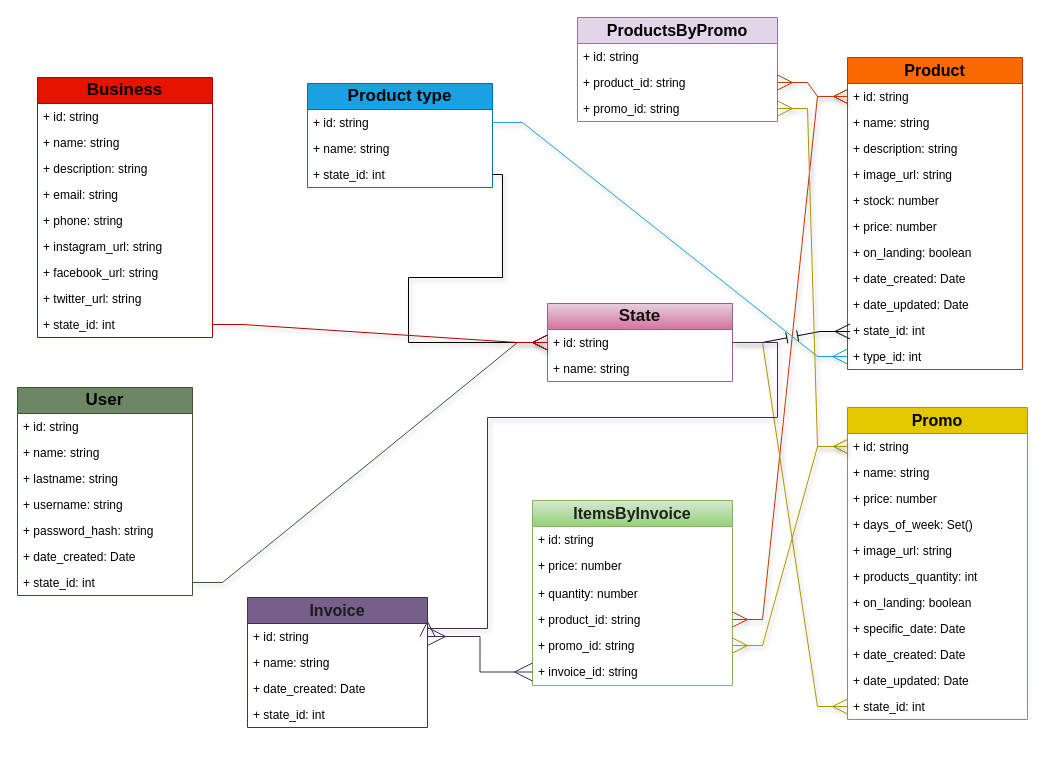
Before: page "data-base" (1 of 9) of rest.drawio in KaguilarA/bar_and_rest_DB, a draw.io diagram. Source tidied: cells renumbered, new cells numbered last; positions are measured from the earlier drawing's top-left corner, leaving out a move shared by most shapes. Both pictures are drawn from the tidied source at 100%, with x=0, y=0 at pixel (17, 17).
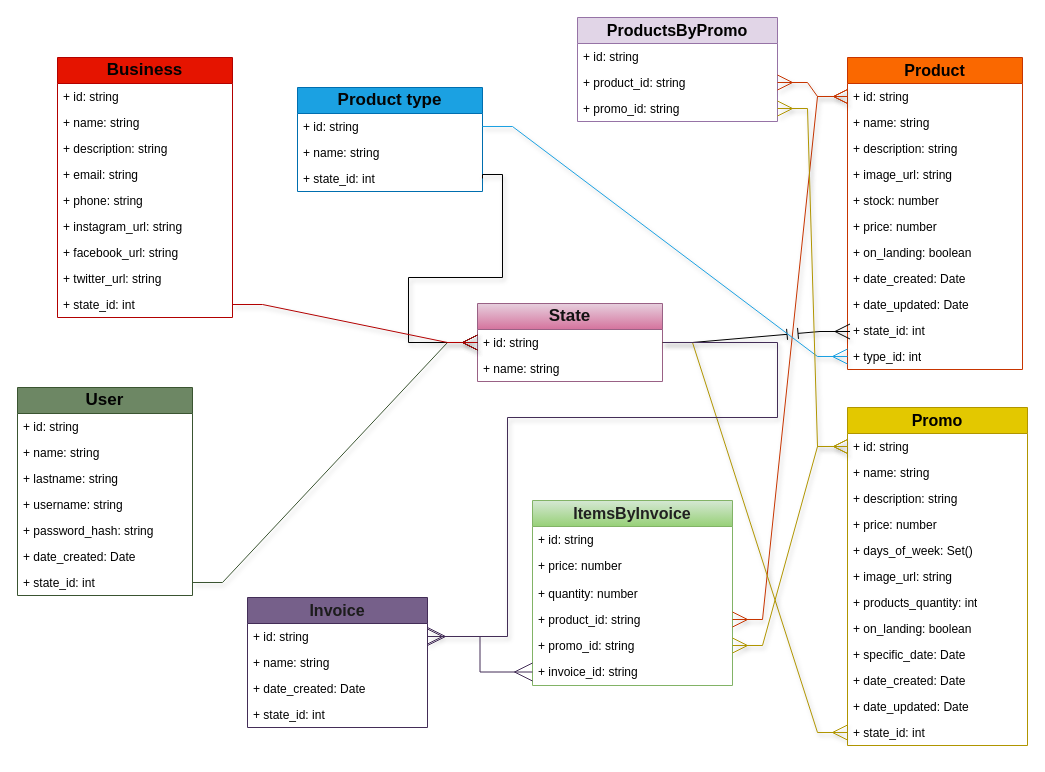
Above is the later version.

Unchanged cells that the change refers to:
```xml
<mxCell id="23" value="+ id: string" style="text;strokeColor=none;fillColor=none;align=left;verticalAlign=top;spacingLeft=4;spacingRight=4;overflow=hidden;points=[[0,0.5],[1,0.5]];portConstraint=eastwest;whiteSpace=wrap;html=1;" parent="22" vertex="1">
  <mxGeometry y="26" width="180" height="26" as="geometry" />
</mxCell>
<mxCell id="36" value="+ id: string" style="text;strokeColor=none;fillColor=none;align=left;verticalAlign=top;spacingLeft=4;spacingRight=4;overflow=hidden;points=[[0,0.5],[1,0.5]];portConstraint=eastwest;whiteSpace=wrap;html=1;" parent="35" vertex="1">
  <mxGeometry y="26" width="185" height="26" as="geometry" />
</mxCell>
```

What changed in the source:
```diff
@@
     <mxCell id="35" value="&lt;span style=&quot;font-weight: 700;&quot;&gt;&lt;font color=&quot;#121212&quot; style=&quot;font-size: 17px;&quot;&gt;State&lt;/font&gt;&lt;/span&gt;" style="swimlane;fontStyle=0;horizontal=1;startSize=26;fillColor=#e6d0de;whiteSpace=wrap;html=1;gradientColor=#d5739d;strokeColor=#996185;" parent="1" vertex="1">
-      <mxGeometry x="530" y="286" width="185" height="78" as="geometry" />
+      <mxGeometry x="460" y="286" width="185" height="78" as="geometry" />
     </mxCell>
@@
     <mxCell id="38" value="&lt;span style=&quot;font-weight: 700;&quot;&gt;&lt;font color=&quot;#050505&quot; style=&quot;font-size: 17px;&quot;&gt;Product type&lt;/font&gt;&lt;/span&gt;" style="swimlane;fontStyle=0;horizontal=1;startSize=26;fillColor=#1ba1e2;whiteSpace=wrap;html=1;strokeColor=#006EAF;fontColor=#ffffff;" parent="1" vertex="1">
-      <mxGeometry x="290" y="66" width="185" height="104" as="geometry" />
+      <mxGeometry x="280" y="70" width="185" height="104" as="geometry" />
     </mxCell>
@@
     <mxCell id="45" value="&lt;font style=&quot;font-size: 16px;&quot;&gt;&lt;b&gt;Promo&lt;/b&gt;&lt;/font&gt;" style="swimlane;fontStyle=0;horizontal=1;startSize=26;fillColor=#e3c800;whiteSpace=wrap;html=1;fontColor=#000000;strokeColor=#B09500;" parent="1" vertex="1">
-      <mxGeometry x="830" y="390" width="180" height="312" as="geometry" />
+      <mxGeometry x="830" y="390" width="180" height="338" as="geometry" />
     </mxCell>
@@
+    <mxCell id="79" value="+ description: string" style="text;strokeColor=none;fillColor=none;align=left;verticalAlign=top;spacingLeft=4;spacingRight=4;overflow=hidden;whiteSpace=wrap;html=1;" parent="45" vertex="1">
+      <mxGeometry y="78" width="180" height="26" as="geometry" />
+    </mxCell>
     <mxCell id="48" value="+ price: number" style="text;strokeColor=none;fillColor=none;align=left;verticalAlign=top;spacingLeft=4;spacingRight=4;overflow=hidden;whiteSpace=wrap;html=1;" parent="45" vertex="1">
-      <mxGeometry y="78" width="180" height="26" as="geometry" />
+      <mxGeometry y="104" width="180" height="26" as="geometry" />
     </mxCell>
     <mxCell id="49" value="+ days_of_week: Set()" style="text;strokeColor=none;fillColor=none;align=left;verticalAlign=top;spacingLeft=4;spacingRight=4;overflow=hidden;whiteSpace=wrap;html=1;" parent="45" vertex="1">
-      <mxGeometry y="104" width="180" height="26" as="geometry" />
+      <mxGeometry y="130" width="180" height="26" as="geometry" />
     </mxCell>
     <mxCell id="50" value="+ image_url: string" style="text;strokeColor=none;fillColor=none;align=left;verticalAlign=top;spacingLeft=4;spacingRight=4;overflow=hidden;whiteSpace=wrap;html=1;" parent="45" vertex="1">
-      <mxGeometry y="130" width="180" height="26" as="geometry" />
+      <mxGeometry y="156" width="180" height="26" as="geometry" />
     </mxCell>
     <mxCell id="51" value="+ products_quantity: int" style="text;strokeColor=none;fillColor=none;align=left;verticalAlign=top;spacingLeft=4;spacingRight=4;overflow=hidden;whiteSpace=wrap;html=1;" parent="45" vertex="1">
-      <mxGeometry y="156" width="180" height="26" as="geometry" />
+      <mxGeometry y="182" width="180" height="26" as="geometry" />
     </mxCell>
     <mxCell id="52" value="+ on_landing: boolean" style="text;strokeColor=none;fillColor=none;align=left;verticalAlign=top;spacingLeft=4;spacingRight=4;overflow=hidden;whiteSpace=wrap;html=1;" parent="45" vertex="1">
-      <mxGeometry y="182" width="180" height="26" as="geometry" />
+      <mxGeometry y="208" width="180" height="26" as="geometry" />
     </mxCell>
     <mxCell id="53" value="+ specific_date: Date" style="text;strokeColor=none;fillColor=none;align=left;verticalAlign=top;spacingLeft=4;spacingRight=4;overflow=hidden;whiteSpace=wrap;html=1;" parent="45" vertex="1">
-      <mxGeometry y="208" width="180" height="26" as="geometry" />
+      <mxGeometry y="234" width="180" height="26" as="geometry" />
     </mxCell>
     <mxCell id="54" value="+ date_created: Date" style="text;strokeColor=none;fillColor=none;align=left;verticalAlign=top;spacingLeft=4;spacingRight=4;overflow=hidden;whiteSpace=wrap;html=1;" parent="45" vertex="1">
-      <mxGeometry y="234" width="180" height="26" as="geometry" />
+      <mxGeometry y="260" width="180" height="26" as="geometry" />
     </mxCell>
     <mxCell id="55" value="+ date_updated: Date" style="text;strokeColor=none;fillColor=none;align=left;verticalAlign=top;spacingLeft=4;spacingRight=4;overflow=hidden;whiteSpace=wrap;html=1;" parent="45" vertex="1">
-      <mxGeometry y="260" width="180" height="26" as="geometry" />
+      <mxGeometry y="286" width="180" height="26" as="geometry" />
     </mxCell>
     <mxCell id="56" value="+ state_id: int" style="text;strokeColor=none;fillColor=none;align=left;verticalAlign=top;spacingLeft=4;spacingRight=4;overflow=hidden;points=[[0,0.5],[1,0.5]];portConstraint=eastwest;whiteSpace=wrap;html=1;" parent="45" vertex="1">
-      <mxGeometry y="286" width="180" height="26" as="geometry" />
+      <mxGeometry y="312" width="180" height="26" as="geometry" />
     </mxCell>
@@
-    <mxCell id="65" style="fontSize=20;html=1;endArrow=ERmany;startArrow=none;rounded=0;strokeWidth=1;targetPerimeterSpacing=65;sourcePerimeterSpacing=105;strokeColor=#432D57;shadow=1;endSize=13;startSize=12;startFill=0;fillColor=#76608a;entryX=1;entryY=0.5;entryDx=0;entryDy=0;exitX=1;exitY=0.5;exitDx=0;exitDy=0;edgeStyle=orthogonalEdgeStyle;" parent="1" edge="1" source="36" target="23">
+    <mxCell id="65" style="fontSize=20;html=1;endArrow=ERmany;startArrow=none;rounded=0;strokeWidth=1;targetPerimeterSpacing=65;sourcePerimeterSpacing=105;strokeColor=#432D57;shadow=1;endSize=13;startSize=12;startFill=0;fillColor=#76608a;exitX=1;exitY=0.5;exitDx=0;exitDy=0;edgeStyle=orthogonalEdgeStyle;entryX=1;entryY=0.5;entryDx=0;entryDy=0;" parent="1" edge="1" source="36" target="23">
       <mxGeometry relative="1" as="geometry">
         <Array as="points">
           <mxPoint x="760" y="325" />
           <mxPoint x="760" y="400" />
-          <mxPoint x="470" y="400" />
-          <mxPoint x="470" y="611" />
+          <mxPoint x="490" y="400" />
+          <mxPoint x="490" y="619" />
         </Array>
       </mxGeometry>
     </mxCell>
@@
     <mxCell id="67" value="&lt;span style=&quot;font-weight: 700;&quot;&gt;&lt;font color=&quot;#030303&quot; style=&quot;font-size: 17px;&quot;&gt;Business&lt;/font&gt;&lt;/span&gt;" style="swimlane;fontStyle=0;horizontal=1;startSize=26;fillColor=#e51400;whiteSpace=wrap;html=1;fontColor=#ffffff;strokeColor=#B20000;" parent="1" vertex="1">
-      <mxGeometry x="20" y="60" width="175" height="260" as="geometry" />
+      <mxGeometry x="40" y="40" width="175" height="260" as="geometry" />
     </mxCell>
```
